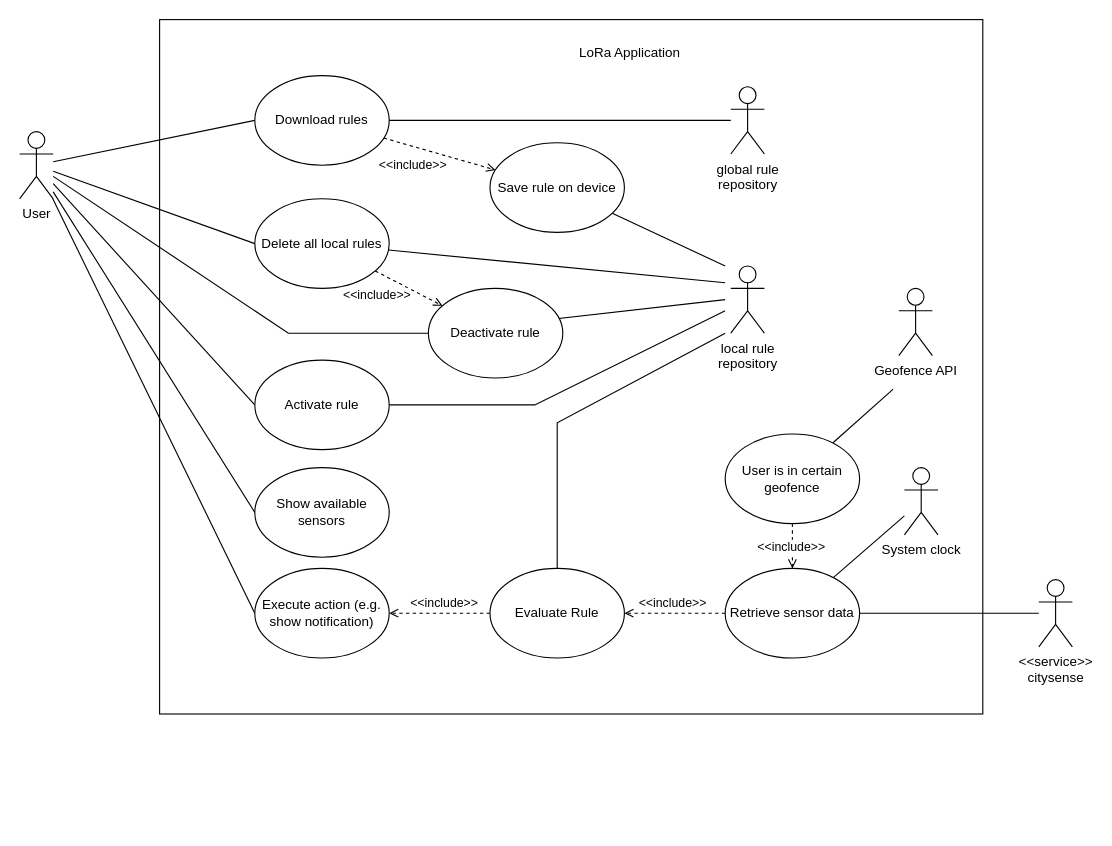
Before: UseCases.drawio in frozzenshooter/LoRaParkAppDocumentation, a draw.io diagram. Source tidied: cells renumbered, new cells numbered last; positions are measured from the earlier drawing's top-left corner, leaving out a move shared by most shapes. Both pictures are drawn from the tidied source at 112%, with x=0, y=0 at pixel (19, 19).
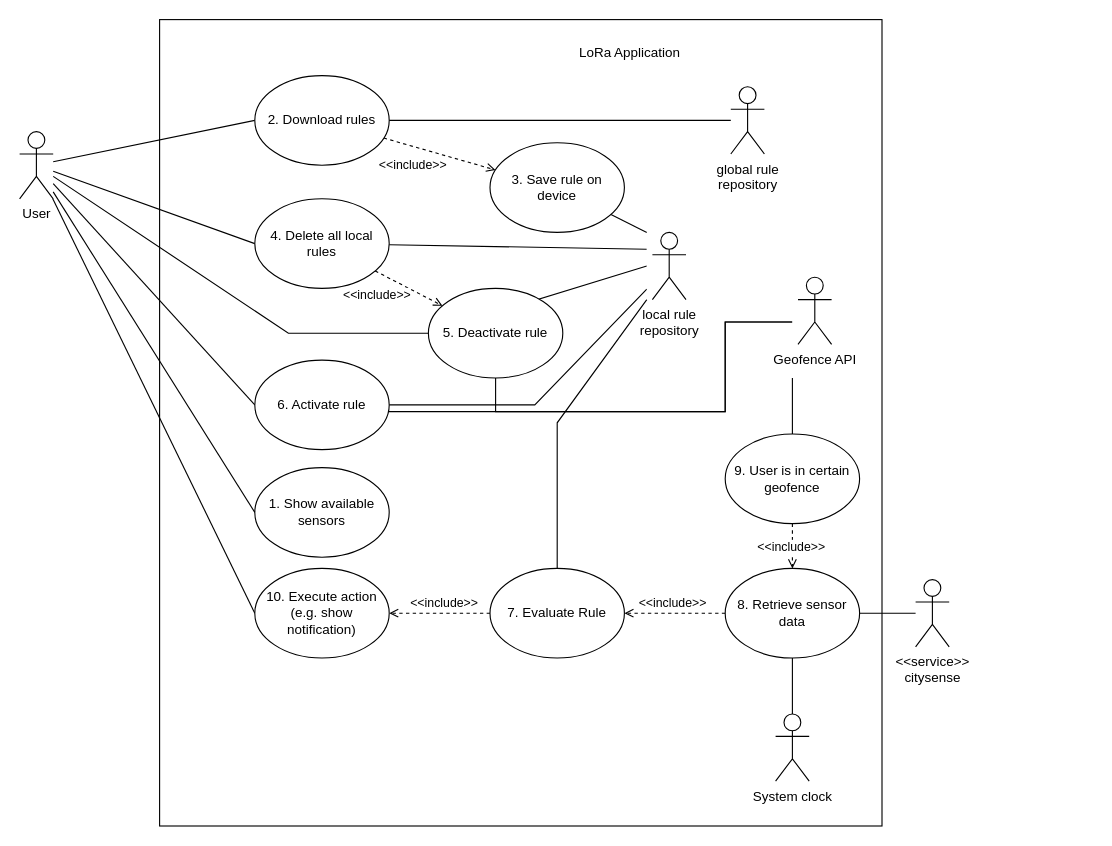
After the change.

What changed in the source:
```diff
@@
     <mxCell id="2" style="rounded=0;whiteSpace=wrap;html=1;" parent="1" vertex="1">
-      <mxGeometry x="125" width="735" height="620" as="geometry" />
+      <mxGeometry x="125" width="645" height="720" as="geometry" />
     </mxCell>
@@
     <mxCell id="10" value="&amp;lt;&amp;lt;service&amp;gt;&amp;gt;&lt;br&gt;citysense" style="shape=umlActor;verticalLabelPosition=bottom;verticalAlign=top;html=1;" parent="1" vertex="1">
-      <mxGeometry x="910" y="500" width="30" height="60" as="geometry" />
+      <mxGeometry x="800" y="500" width="30" height="60" as="geometry" />
     </mxCell>
@@
-    <mxCell id="12" value="Show available sensors" style="ellipse;whiteSpace=wrap;html=1;" parent="1" vertex="1">
+    <mxCell id="12" value="1. Show available sensors" style="ellipse;whiteSpace=wrap;html=1;" parent="1" vertex="1">
       <mxGeometry x="210" y="400" width="120" height="80" as="geometry" />
     </mxCell>
@@
-    <mxCell id="18" value="Delete all local rules" style="ellipse;whiteSpace=wrap;html=1;" parent="1" vertex="1">
+    <mxCell id="18" value="4. Delete all local rules" style="ellipse;whiteSpace=wrap;html=1;" parent="1" vertex="1">
       <mxGeometry x="210" y="160" width="120" height="80" as="geometry" />
     </mxCell>
@@
-    <mxCell id="21" value="Download rules" style="ellipse;whiteSpace=wrap;html=1;" parent="1" vertex="1">
+    <mxCell id="21" value="2. Download rules" style="ellipse;whiteSpace=wrap;html=1;" parent="1" vertex="1">
       <mxGeometry x="210" y="50" width="120" height="80" as="geometry" />
     </mxCell>
@@
-    <mxCell id="24" value="Retrieve sensor data" style="ellipse;whiteSpace=wrap;html=1;" parent="1" vertex="1">
+    <mxCell id="24" value="8. Retrieve sensor data" style="ellipse;whiteSpace=wrap;html=1;" parent="1" vertex="1">
       <mxGeometry x="630" y="490" width="120" height="80" as="geometry" />
     </mxCell>
@@
+    <mxCell id="48" style="edgeStyle=orthogonalEdgeStyle;rounded=0;jettySize=auto;html=1;endArrow=none;endFill=0;" parent="1" edge="1" source="26" target="46">
+      <mxGeometry relative="1" as="geometry">
+        <Array as="points">
+          <mxPoint x="630" y="350" />
+          <mxPoint x="630" y="270" />
+        </Array>
+      </mxGeometry>
+    </mxCell>
-    <mxCell id="26" value="Activate rule" style="ellipse;whiteSpace=wrap;html=1;" parent="1" vertex="1">
+    <mxCell id="26" value="6. Activate rule" style="ellipse;whiteSpace=wrap;html=1;" parent="1" vertex="1">
       <mxGeometry x="210" y="304" width="120" height="80" as="geometry" />
     </mxCell>
@@
-    <mxCell id="32" value="Evaluate Rule" style="ellipse;whiteSpace=wrap;html=1;" parent="1" vertex="1">
+    <mxCell id="32" value="7. Evaluate Rule" style="ellipse;whiteSpace=wrap;html=1;" parent="1" vertex="1">
       <mxGeometry x="420" y="490" width="120" height="80" as="geometry" />
     </mxCell>
-    <mxCell id="33" value="Execute action (e.g. show notification)" style="ellipse;whiteSpace=wrap;html=1;" parent="1" vertex="1">
+    <mxCell id="33" value="10. Execute action (e.g. show notification)" style="ellipse;whiteSpace=wrap;html=1;" parent="1" vertex="1">
       <mxGeometry x="210" y="490" width="120" height="80" as="geometry" />
     </mxCell>
@@
+    <mxCell id="49" style="edgeStyle=orthogonalEdgeStyle;rounded=0;jettySize=auto;html=1;endArrow=none;endFill=0;" parent="1" edge="1" source="35" target="46">
+      <mxGeometry relative="1" as="geometry">
+        <Array as="points">
+          <mxPoint x="425" y="350" />
+          <mxPoint x="630" y="350" />
+          <mxPoint x="630" y="270" />
+        </Array>
+      </mxGeometry>
+    </mxCell>
-    <mxCell id="35" value="Deactivate rule" style="ellipse;whiteSpace=wrap;html=1;" parent="1" vertex="1">
+    <mxCell id="35" value="5. Deactivate rule" style="ellipse;whiteSpace=wrap;html=1;" parent="1" vertex="1">
       <mxGeometry x="365" y="240" width="120" height="80" as="geometry" />
     </mxCell>
@@
-    <mxCell id="38" value="Save rule on device" style="ellipse;whiteSpace=wrap;html=1;" parent="1" vertex="1">
+    <mxCell id="38" value="3. Save rule on device" style="ellipse;whiteSpace=wrap;html=1;" parent="1" vertex="1">
       <mxGeometry x="420" y="110" width="120" height="80" as="geometry" />
     </mxCell>
@@
-    <mxCell id="41" value="User is in certain geofence" style="ellipse;whiteSpace=wrap;html=1;" parent="1" vertex="1">
+    <mxCell id="41" value="9. User is in certain geofence" style="ellipse;whiteSpace=wrap;html=1;" parent="1" vertex="1">
       <mxGeometry x="630" y="370" width="120" height="80" as="geometry" />
     </mxCell>
@@
     <mxCell id="43" value="System clock" style="shape=umlActor;verticalLabelPosition=bottom;verticalAlign=top;html=1;" parent="1" vertex="1">
-      <mxGeometry x="790" y="400" width="30" height="60" as="geometry" />
+      <mxGeometry x="675" y="620" width="30" height="60" as="geometry" />
     </mxCell>
     <mxCell id="44" style="rounded=0;whiteSpace=wrap;html=1;labelBackgroundColor=#ffffff;strokeColor=none;" parent="1" vertex="1">
-      <mxGeometry x="630" y="220" width="40" height="60" as="geometry" />
+      <mxGeometry x="560" y="190" width="40" height="60" as="geometry" />
     </mxCell>
     <mxCell id="45" value="local rule&lt;br&gt;repository" style="shape=umlActor;verticalLabelPosition=bottom;verticalAlign=top;html=1;" parent="1" vertex="1">
-      <mxGeometry x="635" y="220" width="30" height="60" as="geometry" />
+      <mxGeometry x="565" y="190" width="30" height="60" as="geometry" />
     </mxCell>
     <mxCell id="46" style="rounded=0;whiteSpace=wrap;html=1;labelBackgroundColor=#ffffff;strokeColor=none;" parent="1" vertex="1">
-      <mxGeometry x="780" y="230" width="40" height="100" as="geometry" />
+      <mxGeometry x="690" y="220" width="40" height="100" as="geometry" />
     </mxCell>
     <mxCell id="47" value="Geofence API" style="shape=umlActor;verticalLabelPosition=bottom;verticalAlign=top;html=1;" parent="1" vertex="1">
-      <mxGeometry x="785" y="240" width="30" height="60" as="geometry" />
+      <mxGeometry x="695" y="230" width="30" height="60" as="geometry" />
     </mxCell>
```
